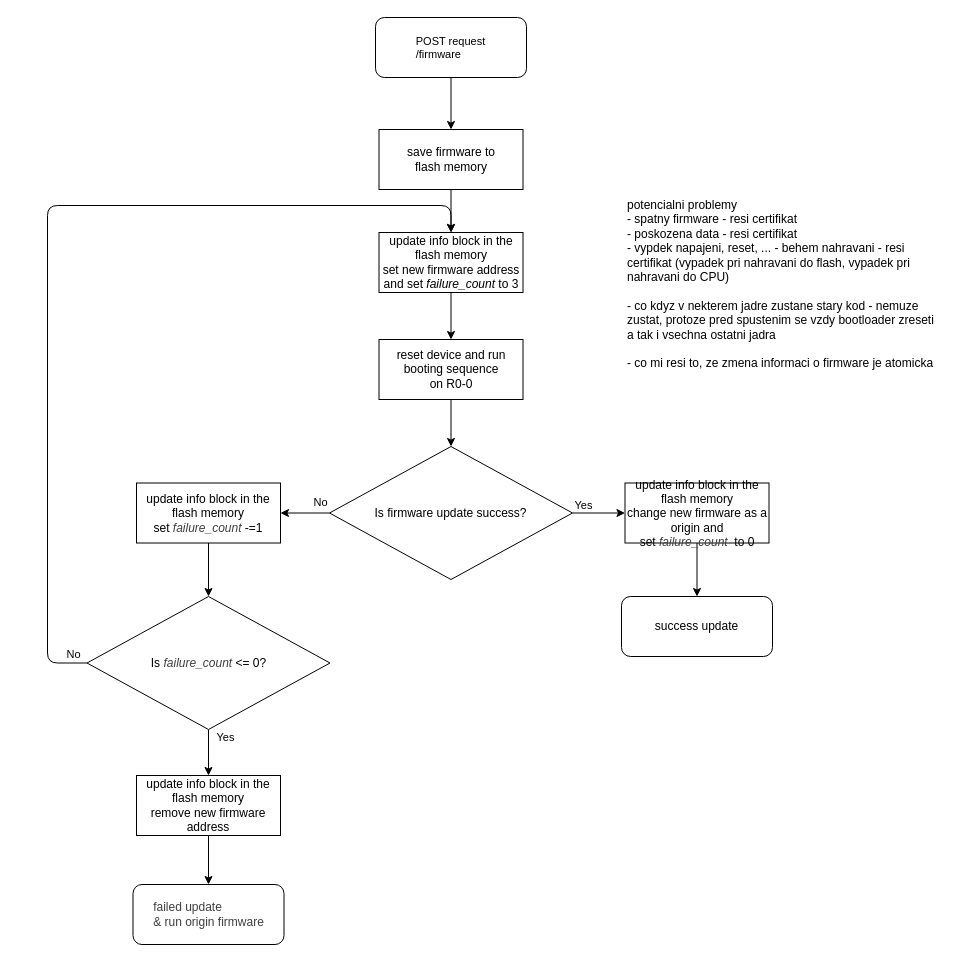
Earlier version of the draw.io diagram schematic/05-sw-flow-fimware-update.drawio (petrkucerak/diplom-thesis). Source tidied: cells renumbered, new cells numbered last; positions are measured from the earlier drawing's top-left corner, leaving out a move shared by most shapes. Both pictures are drawn from the tidied source at 100%, with x=0, y=0 at pixel (47, 17).
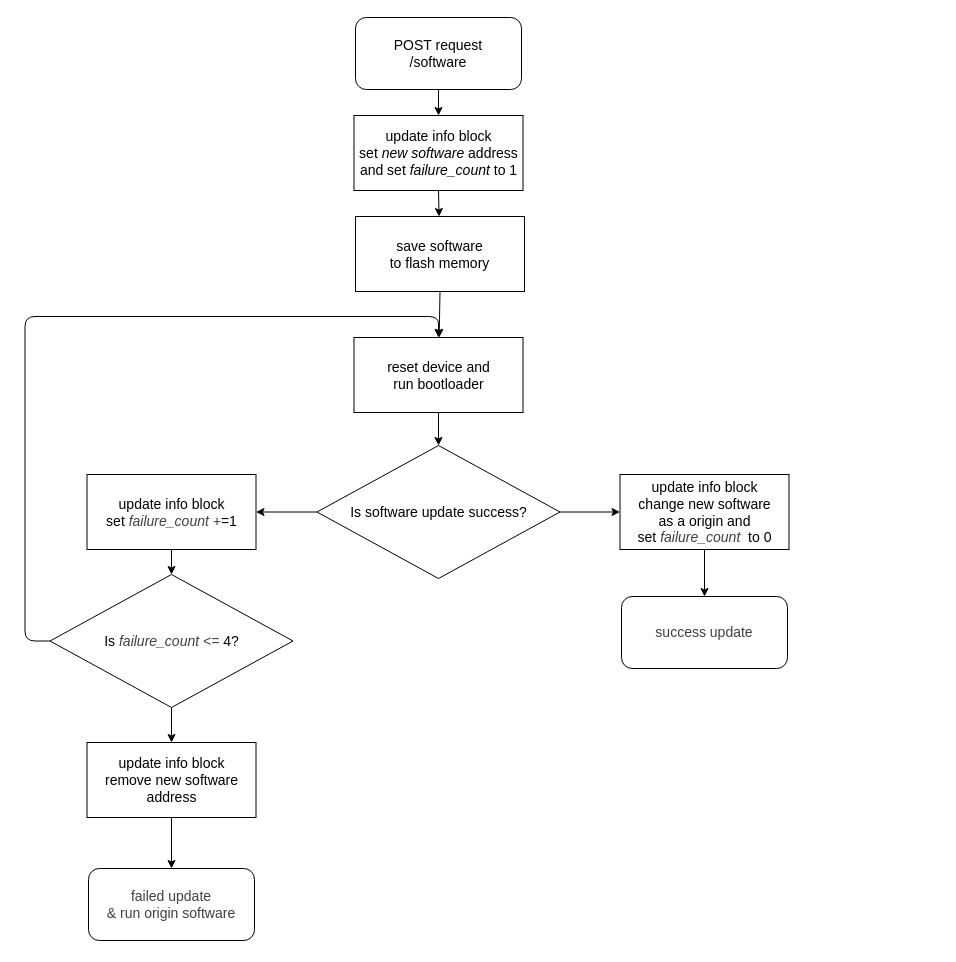
After the change.

Diff of the diagram source:
```diff
@@
-    <mxCell id="2" style="edgeStyle=none;html=1;exitX=0.5;exitY=1;exitDx=0;exitDy=0;" parent="1" edge="1" source="3" target="5">
-      <mxGeometry relative="1" as="geometry" />
-    </mxCell>
-    <mxCell id="3" value="&lt;span style=&quot;color: rgb(0, 0, 0); font-size: 11px; text-align: left; text-wrap-mode: nowrap;&quot;&gt;POST request&lt;/span&gt;&lt;div style=&quot;font-size: 11px; text-align: left; text-wrap-mode: nowrap;&quot;&gt;/firmware&lt;/div&gt;" style="rounded=1;whiteSpace=wrap;html=1;flipV=0;" parent="1" vertex="1">
-      <mxGeometry x="328" width="151" height="60" as="geometry" />
-    </mxCell>
-    <mxCell id="4" style="edgeStyle=none;html=1;exitX=0.5;exitY=1;exitDx=0;exitDy=0;" parent="1" edge="1" source="5" target="7">
-      <mxGeometry relative="1" as="geometry" />
-    </mxCell>
-    <mxCell id="5" value="save firmware to&lt;br&gt;flash memory" style="rounded=0;whiteSpace=wrap;html=1;flipV=0;" parent="1" vertex="1">
-      <mxGeometry x="331.5" y="112" width="144" height="60" as="geometry" />
-    </mxCell>
-    <mxCell id="6" style="edgeStyle=none;html=1;exitX=0.5;exitY=1;exitDx=0;exitDy=0;" parent="1" edge="1" source="7" target="9">
-      <mxGeometry relative="1" as="geometry" />
-    </mxCell>
-    <mxCell id="7" value="update info block in the flash memory&lt;div&gt;set new firmware address and set&amp;nbsp;&lt;i&gt;failure_count&amp;nbsp;&lt;/i&gt;to 3&lt;/div&gt;" style="rounded=0;whiteSpace=wrap;html=1;flipV=0;" parent="1" vertex="1">
-      <mxGeometry x="331.5" y="215" width="144" height="60" as="geometry" />
-    </mxCell>
-    <mxCell id="8" style="edgeStyle=none;html=1;exitX=0.5;exitY=1;exitDx=0;exitDy=0;" parent="1" edge="1" source="9" target="14">
-      <mxGeometry relative="1" as="geometry" />
-    </mxCell>
-    <mxCell id="9" value="reset device and run booting sequence&lt;br&gt;on R0-0" style="rounded=0;whiteSpace=wrap;html=1;flipV=0;" parent="1" vertex="1">
-      <mxGeometry x="331.5" y="322" width="144" height="60" as="geometry" />
-    </mxCell>
-    <mxCell id="10" style="edgeStyle=none;html=1;exitX=1;exitY=0.5;exitDx=0;exitDy=0;" parent="1" edge="1" source="14" target="16">
-      <mxGeometry relative="1" as="geometry" />
-    </mxCell>
-    <mxCell id="11" value="Yes" style="edgeLabel;html=1;align=center;verticalAlign=middle;" parent="10" vertex="1">
-      <mxGeometry y="-2" relative="1" as="geometry">
-        <mxPoint x="-16" y="-10" as="offset" />
-      </mxGeometry>
-    </mxCell>
-    <mxCell id="12" style="edgeStyle=none;html=1;exitX=0;exitY=0.5;exitDx=0;exitDy=0;" parent="1" edge="1" source="14" target="18">
-      <mxGeometry relative="1" as="geometry" />
-    </mxCell>
-    <mxCell id="13" value="No" style="edgeLabel;html=1;align=center;verticalAlign=middle;" parent="12" vertex="1">
-      <mxGeometry x="-0.44" y="2" relative="1" as="geometry">
-        <mxPoint x="4" y="-13" as="offset" />
-      </mxGeometry>
-    </mxCell>
-    <mxCell id="14" value="Is firmware update success?" style="rhombus;whiteSpace=wrap;html=1;flipV=0;" parent="1" vertex="1">
-      <mxGeometry x="282" y="429" width="243" height="133" as="geometry" />
-    </mxCell>
-    <mxCell id="15" style="edgeStyle=none;html=1;exitX=0.5;exitY=1;exitDx=0;exitDy=0;" parent="1" edge="1" source="16" target="26">
-      <mxGeometry relative="1" as="geometry" />
-    </mxCell>
-    <mxCell id="16" value="update info block in the flash memory&lt;div&gt;change new firmware as a origin and set&amp;nbsp;&lt;i style=&quot;color: rgb(63, 63, 63);&quot;&gt;failure_count&amp;nbsp;&amp;nbsp;&lt;/i&gt;to 0&lt;/div&gt;" style="rounded=0;whiteSpace=wrap;html=1;" parent="1" vertex="1">
-      <mxGeometry x="577.5" y="465.5" width="144" height="60" as="geometry" />
-    </mxCell>
-    <mxCell id="17" style="edgeStyle=none;html=1;exitX=0.5;exitY=1;exitDx=0;exitDy=0;" parent="1" edge="1" source="18" target="23">
-      <mxGeometry relative="1" as="geometry" />
-    </mxCell>
-    <mxCell id="18" value="update info block in the flash memory&lt;div&gt;set&amp;nbsp;&lt;i style=&quot;color: rgb(63, 63, 63);&quot;&gt;failure_count&amp;nbsp;&lt;/i&gt;-=1&lt;/div&gt;" style="rounded=0;whiteSpace=wrap;html=1;" parent="1" vertex="1">
-      <mxGeometry x="89" y="465.5" width="144" height="60" as="geometry" />
-    </mxCell>
-    <mxCell id="19" style="edgeStyle=none;html=1;exitX=0.5;exitY=1;exitDx=0;exitDy=0;" parent="1" edge="1" source="23" target="25">
-      <mxGeometry relative="1" as="geometry" />
-    </mxCell>
-    <mxCell id="20" value="Yes" style="edgeLabel;html=1;align=center;verticalAlign=middle;" parent="19" vertex="1">
-      <mxGeometry x="-0.45" relative="1" as="geometry">
-        <mxPoint x="16" y="-6" as="offset" />
-      </mxGeometry>
-    </mxCell>
-    <mxCell id="21" style="edgeStyle=orthogonalEdgeStyle;html=1;exitX=0;exitY=0.5;exitDx=0;exitDy=0;entryX=0.5;entryY=0;entryDx=0;entryDy=0;" parent="1" edge="1" source="23" target="7">
-      <mxGeometry relative="1" as="geometry">
-        <Array as="points">
-          <mxPoint y="645" />
-          <mxPoint y="188" />
-          <mxPoint x="404" y="188" />
-        </Array>
-      </mxGeometry>
-    </mxCell>
-    <mxCell id="22" value="No" style="edgeLabel;html=1;align=center;verticalAlign=middle;" parent="21" vertex="1">
-      <mxGeometry x="-0.95" y="-1" relative="1" as="geometry">
-        <mxPoint x="9" y="-8" as="offset" />
-      </mxGeometry>
-    </mxCell>
-    <mxCell id="23" value="Is&amp;nbsp;&lt;i style=&quot;color: rgb(63, 63, 63);&quot;&gt;failure_count&amp;nbsp;&lt;/i&gt;&amp;lt;= 0?" style="rhombus;whiteSpace=wrap;html=1;" parent="1" vertex="1">
-      <mxGeometry x="39.5" y="579" width="243" height="133" as="geometry" />
-    </mxCell>
-    <mxCell id="24" style="edgeStyle=none;html=1;exitX=0.5;exitY=1;exitDx=0;exitDy=0;" parent="1" edge="1" source="25" target="27">
-      <mxGeometry relative="1" as="geometry" />
-    </mxCell>
-    <mxCell id="25" value="update info block in the flash memory&lt;div&gt;remove new firmware address&lt;/div&gt;" style="rounded=0;whiteSpace=wrap;html=1;" parent="1" vertex="1">
-      <mxGeometry x="89" y="758" width="144" height="60" as="geometry" />
-    </mxCell>
+    <mxCell id="29" style="edgeStyle=none;html=1;exitX=0.5;exitY=1;exitDx=0;exitDy=0;entryX=0.5;entryY=0;entryDx=0;entryDy=0;" parent="1" edge="1" source="30" target="34">
+      <mxGeometry relative="1" as="geometry" />
+    </mxCell>
+    <mxCell id="30" value="&lt;font&gt;POST request&lt;/font&gt;&lt;div&gt;&lt;font&gt;/software&lt;/font&gt;&lt;/div&gt;" style="rounded=1;whiteSpace=wrap;html=1;fontSize=14;" parent="1" vertex="1">
+      <mxGeometry x="308" width="166" height="72" as="geometry" />
+    </mxCell>
+    <mxCell id="31" value="&lt;font&gt;save software&lt;br&gt;to flash memory&lt;/font&gt;" style="rounded=0;whiteSpace=wrap;html=1;fontSize=14;" parent="1" vertex="1">
+      <mxGeometry x="308" y="199" width="169" height="75" as="geometry" />
+    </mxCell>
+    <mxCell id="32" style="edgeStyle=none;html=1;exitX=0.5;exitY=1;exitDx=0;exitDy=0;" parent="1" edge="1" source="31" target="36">
+      <mxGeometry relative="1" as="geometry" />
+    </mxCell>
+    <mxCell id="33" style="edgeStyle=none;html=1;exitX=0.5;exitY=1;exitDx=0;exitDy=0;" parent="1" edge="1" source="34" target="31">
+      <mxGeometry relative="1" as="geometry" />
+    </mxCell>
+    <mxCell id="34" value="&lt;span style=&quot;color: rgb(0, 0, 0);&quot;&gt;update info block&lt;/span&gt;&lt;div&gt;&lt;span style=&quot;background-color: transparent;&quot;&gt;set&amp;nbsp;&lt;/span&gt;&lt;i style=&quot;background-color: transparent;&quot;&gt;new software&lt;/i&gt;&lt;span style=&quot;background-color: transparent;&quot;&gt;&amp;nbsp;address and set&amp;nbsp;&lt;/span&gt;&lt;i style=&quot;background-color: transparent;&quot;&gt;failure_count&amp;nbsp;&lt;/i&gt;&lt;span style=&quot;background-color: transparent;&quot;&gt;to 1&lt;/span&gt;&lt;/div&gt;" style="rounded=0;whiteSpace=wrap;html=1;fontSize=14;" parent="1" vertex="1">
+      <mxGeometry x="306.5" y="98" width="169" height="75" as="geometry" />
+    </mxCell>
+    <mxCell id="35" style="edgeStyle=none;html=1;exitX=0.5;exitY=1;exitDx=0;exitDy=0;" parent="1" edge="1" source="36" target="39">
+      <mxGeometry relative="1" as="geometry" />
+    </mxCell>
+    <mxCell id="36" value="&lt;span style=&quot;color: rgb(0, 0, 0);&quot;&gt;reset device and&lt;br&gt;run bootloader&lt;/span&gt;" style="rounded=0;whiteSpace=wrap;html=1;fontSize=14;" parent="1" vertex="1">
+      <mxGeometry x="306.5" y="320" width="169" height="75" as="geometry" />
+    </mxCell>
+    <mxCell id="37" style="edgeStyle=none;html=1;exitX=1;exitY=0.5;exitDx=0;exitDy=0;" parent="1" edge="1" source="39" target="41">
+      <mxGeometry relative="1" as="geometry" />
+    </mxCell>
+    <mxCell id="38" style="edgeStyle=none;html=1;exitX=0;exitY=0.5;exitDx=0;exitDy=0;" parent="1" edge="1" source="39" target="43">
+      <mxGeometry relative="1" as="geometry" />
+    </mxCell>
+    <mxCell id="39" value="&lt;font&gt;Is software update success?&lt;/font&gt;" style="rhombus;whiteSpace=wrap;html=1;flipV=0;fontSize=14;" parent="1" vertex="1">
+      <mxGeometry x="269.5" y="428" width="243" height="133" as="geometry" />
+    </mxCell>
+    <mxCell id="40" style="edgeStyle=none;html=1;exitX=0.5;exitY=1;exitDx=0;exitDy=0;entryX=0.5;entryY=0;entryDx=0;entryDy=0;" parent="1" edge="1" source="41" target="26">
+      <mxGeometry relative="1" as="geometry" />
+    </mxCell>
+    <mxCell id="41" value="&lt;span style=&quot;color: rgb(0, 0, 0);&quot;&gt;update info block&lt;/span&gt;&lt;div&gt;change new software&lt;br&gt;as a origin and set&amp;nbsp;&lt;i style=&quot;color: rgb(63, 63, 63);&quot;&gt;failure_count&amp;nbsp;&amp;nbsp;&lt;/i&gt;to 0&lt;/div&gt;" style="rounded=0;whiteSpace=wrap;html=1;fontSize=14;" parent="1" vertex="1">
+      <mxGeometry x="572.5" y="457" width="169" height="75" as="geometry" />
+    </mxCell>
+    <mxCell id="42" style="edgeStyle=none;html=1;exitX=0.5;exitY=1;exitDx=0;exitDy=0;" parent="1" edge="1" source="43" target="46">
+      <mxGeometry relative="1" as="geometry" />
+    </mxCell>
+    <mxCell id="43" value="&lt;span style=&quot;color: rgb(0, 0, 0);&quot;&gt;update info block&lt;/span&gt;&lt;div&gt;set&amp;nbsp;&lt;i style=&quot;color: rgb(63, 63, 63);&quot;&gt;failure_count +&lt;/i&gt;=1&lt;/div&gt;" style="rounded=0;whiteSpace=wrap;html=1;fontSize=14;" parent="1" vertex="1">
+      <mxGeometry x="39.5" y="457" width="169" height="75" as="geometry" />
+    </mxCell>
-    <mxCell id="26" value="&lt;div style=&quot;text-align: left;&quot;&gt;&lt;span style=&quot;background-color: transparent; text-wrap-mode: nowrap;&quot;&gt;&lt;font&gt;success update&lt;/font&gt;&lt;/span&gt;&lt;/div&gt;" style="rounded=1;whiteSpace=wrap;html=1;" parent="1" vertex="1">
-      <mxGeometry x="574" y="579" width="151" height="60" as="geometry" />
+    <mxCell id="26" value="&lt;span style=&quot;color: rgb(63, 63, 63); text-align: left; text-wrap-mode: nowrap;&quot;&gt;success update&lt;/span&gt;" style="rounded=1;whiteSpace=wrap;html=1;fontSize=14;" parent="1" vertex="1">
+      <mxGeometry x="574" y="579" width="166" height="72" as="geometry" />
     </mxCell>
-    <mxCell id="27" value="&lt;div style=&quot;text-align: left;&quot;&gt;&lt;font&gt;&lt;span style=&quot;color: rgb(63, 63, 63); text-wrap-mode: nowrap;&quot;&gt;failed update&lt;/span&gt;&lt;br style=&quot;color: rgb(63, 63, 63); text-wrap-mode: nowrap;&quot;&gt;&lt;span style=&quot;color: rgb(63, 63, 63); text-wrap-mode: nowrap;&quot;&gt;&amp;amp; run origin firmware&lt;/span&gt;&lt;/font&gt;&lt;/div&gt;" style="rounded=1;whiteSpace=wrap;html=1;" parent="1" vertex="1">
-      <mxGeometry x="85.5" y="867" width="151" height="60" as="geometry" />
-    </mxCell>
-    <mxCell id="28" value="potencialni problemy&lt;br&gt;- spatny firmware - resi certifikat&lt;br&gt;- poskozena data - resi certifikat&lt;br&gt;- vypdek napajeni, reset, ... - behem nahravani - resi certifikat (vypadek pri nahravani do flash, vypadek pri nahravani do CPU)&lt;div&gt;&lt;font color=&quot;#000000&quot;&gt;&lt;br&gt;&lt;/font&gt;&lt;/div&gt;&lt;div&gt;&lt;font color=&quot;#000000&quot;&gt;- co kdyz v nekterem jadre zustane stary kod - nemuze zustat, protoze pred spustenim se vzdy bootloader zreseti a tak i vsechna ostatni jadra&lt;br&gt;&lt;/font&gt;&lt;div&gt;&lt;br&gt;- co mi resi to, ze zmena informaci o firmware je atomicka&lt;/div&gt;&lt;/div&gt;" style="text;html=1;align=left;verticalAlign=top;whiteSpace=wrap;rounded=0;" parent="1" vertex="1">
-      <mxGeometry x="577.5" y="174" width="314" height="103" as="geometry" />
-    </mxCell>
+    <mxCell id="44" style="edgeStyle=none;html=1;exitX=0.5;exitY=1;exitDx=0;exitDy=0;" parent="1" edge="1" source="46" target="48">
+      <mxGeometry relative="1" as="geometry" />
+    </mxCell>
+    <mxCell id="45" style="edgeStyle=orthogonalEdgeStyle;html=1;exitX=0;exitY=0.5;exitDx=0;exitDy=0;entryX=0.5;entryY=0;entryDx=0;entryDy=0;" parent="1" edge="1" source="46" target="36">
+      <mxGeometry relative="1" as="geometry">
+        <Array as="points">
+          <mxPoint x="-22.5" y="624" />
+          <mxPoint x="-22.5" y="299" />
+          <mxPoint x="390.5" y="299" />
+        </Array>
+      </mxGeometry>
+    </mxCell>
+    <mxCell id="46" value="Is&amp;nbsp;&lt;i style=&quot;color: rgb(63, 63, 63);&quot;&gt;failure_count &amp;lt;=&lt;/i&gt;&amp;nbsp;4?" style="rhombus;whiteSpace=wrap;html=1;fontSize=14;" parent="1" vertex="1">
+      <mxGeometry x="2.5" y="557" width="243" height="133" as="geometry" />
+    </mxCell>
+    <mxCell id="47" style="edgeStyle=none;html=1;" parent="1" edge="1" source="48" target="49">
+      <mxGeometry relative="1" as="geometry" />
+    </mxCell>
+    <mxCell id="48" value="&lt;span style=&quot;color: rgb(0, 0, 0);&quot;&gt;update info block&lt;/span&gt;&lt;div&gt;remove new software address&lt;/div&gt;" style="rounded=0;whiteSpace=wrap;html=1;fontSize=14;" parent="1" vertex="1">
+      <mxGeometry x="39.5" y="725" width="169" height="75" as="geometry" />
+    </mxCell>
+    <mxCell id="49" value="&lt;span style=&quot;text-align: left; text-wrap-mode: nowrap; color: rgb(63, 63, 63);&quot;&gt;failed update&lt;/span&gt;&lt;br style=&quot;text-align: left; text-wrap-mode: nowrap; color: rgb(63, 63, 63);&quot;&gt;&lt;span style=&quot;text-align: left; text-wrap-mode: nowrap; color: rgb(63, 63, 63);&quot;&gt;&amp;amp; run origin software&lt;/span&gt;" style="rounded=1;whiteSpace=wrap;html=1;fontSize=14;" parent="1" vertex="1">
+      <mxGeometry x="41" y="851" width="166" height="72" as="geometry" />
+    </mxCell>
```
